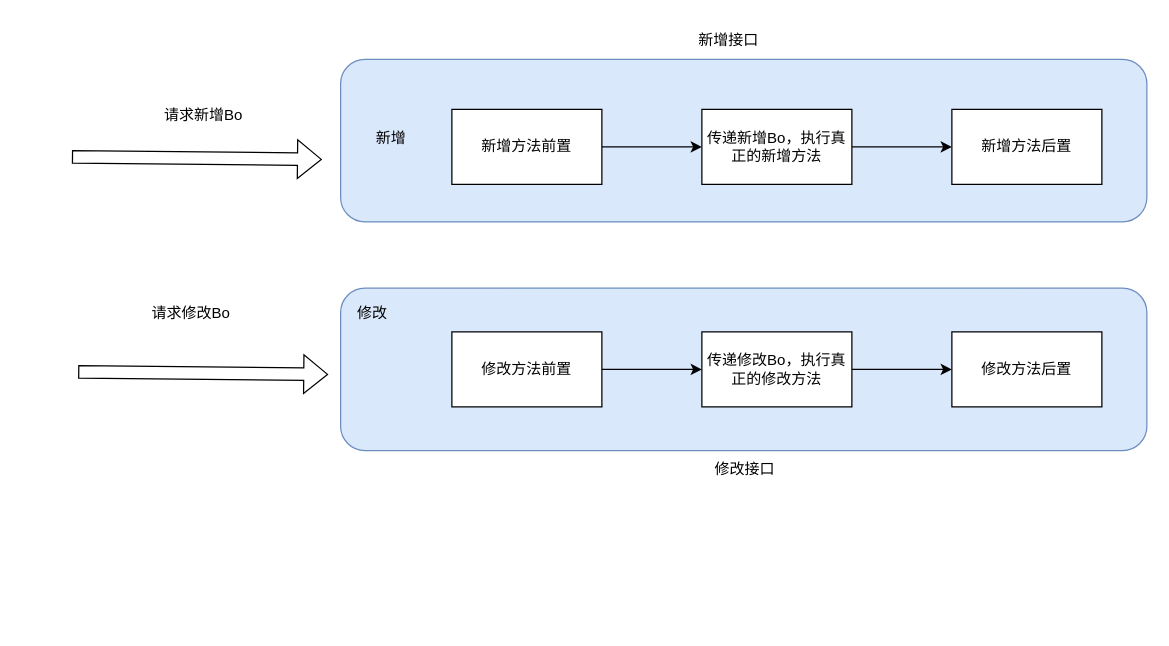
Above: 统一reqbo方案2.drawio in yanglaiyi/cloud_image (draw.io), before the change. Source tidied: cells renumbered, new cells numbered last; positions are measured from the earlier drawing's top-left corner, leaving out a move shared by most shapes. Both pictures are drawn from the tidied source at 125%, with x=0, y=0 at pixel (21, 21).
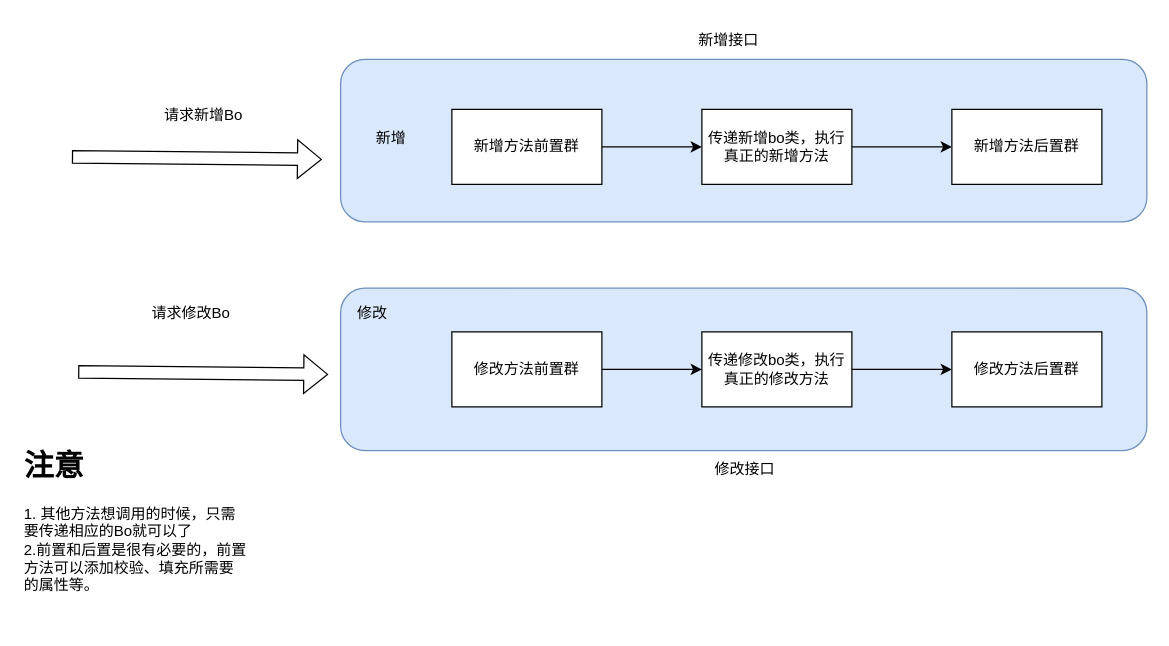
The same page after the edit.

Commit message (it also covers changes not shown here):
更新统一reqbo方案2.drawio

What changed in the source:
```diff
@@
-    <mxCell id="7" value="新增方法前置" style="rounded=0;whiteSpace=wrap;html=1;" parent="1" vertex="1">
+    <mxCell id="7" value="新增方法前置群" style="rounded=0;whiteSpace=wrap;html=1;" parent="1" vertex="1">
       <mxGeometry x="344" y="70" width="120" height="60" as="geometry" />
     </mxCell>
@@
-    <mxCell id="9" value="修改方法前置" style="rounded=0;whiteSpace=wrap;html=1;" parent="1" vertex="1">
+    <mxCell id="9" value="修改方法前置群" style="rounded=0;whiteSpace=wrap;html=1;" parent="1" vertex="1">
       <mxGeometry x="344" y="248" width="120" height="60" as="geometry" />
     </mxCell>
@@
-    <mxCell id="12" value="传递新增Bo，执行真正的新增方法" style="rounded=0;whiteSpace=wrap;html=1;" parent="1" vertex="1">
+    <mxCell id="12" value="传递新增bo类，执行真正的新增方法" style="rounded=0;whiteSpace=wrap;html=1;" parent="1" vertex="1">
       <mxGeometry x="544" y="70" width="120" height="60" as="geometry" />
     </mxCell>
@@
-    <mxCell id="14" value="传递修改Bo，执行真正的修改方法" style="rounded=0;whiteSpace=wrap;html=1;" parent="1" vertex="1">
+    <mxCell id="14" value="传递修改bo类，执行真正的修改方法" style="rounded=0;whiteSpace=wrap;html=1;" parent="1" vertex="1">
       <mxGeometry x="544" y="248" width="120" height="60" as="geometry" />
     </mxCell>
-    <mxCell id="15" value="新增方法后置" style="rounded=0;whiteSpace=wrap;html=1;" parent="1" vertex="1">
+    <mxCell id="15" value="新增方法后置群" style="rounded=0;whiteSpace=wrap;html=1;" parent="1" vertex="1">
       <mxGeometry x="744" y="70" width="120" height="60" as="geometry" />
     </mxCell>
-    <mxCell id="16" value="修改方法后置" style="rounded=0;whiteSpace=wrap;html=1;" parent="1" vertex="1">
+    <mxCell id="16" value="修改方法后置群" style="rounded=0;whiteSpace=wrap;html=1;" parent="1" vertex="1">
       <mxGeometry x="744" y="248" width="120" height="60" as="geometry" />
     </mxCell>
-    <mxCell id="17" value="&lt;h1 style=&quot;margin-top: 0px;&quot;&gt;&lt;br&gt;&lt;/h1&gt;" style="text;html=1;whiteSpace=wrap;overflow=hidden;rounded=0;" parent="1" vertex="1">
+    <mxCell id="17" value="&lt;h1 style=&quot;margin-top: 0px;&quot;&gt;注意&lt;/h1&gt;&lt;div&gt;1. 其他方法想调用的时候，只需要传递相应的Bo就可以了&lt;/div&gt;&lt;div&gt;2.前置和后置是很有必要的，前置方法可以添加校验、填充所需要的属性等。&lt;/div&gt;" style="text;html=1;whiteSpace=wrap;overflow=hidden;rounded=0;" parent="1" vertex="1">
       <mxGeometry y="335" width="180" height="145" as="geometry" />
     </mxCell>
```
